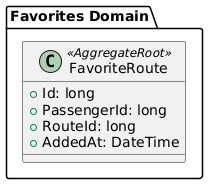
Grupo-Apps-Moviles/Report keeps this PlantUML diagram as images/FavoritesDomainClassDiagram.png. Above is the earlier version. Source of this version:
```plantuml
@startuml
package "Favorites Domain" {
    class FavoriteRoute <<AggregateRoot>> {
        + Id: long
        + PassengerId: long
        + RouteId: long
        + AddedAt: DateTime
    }
}
@enduml
```
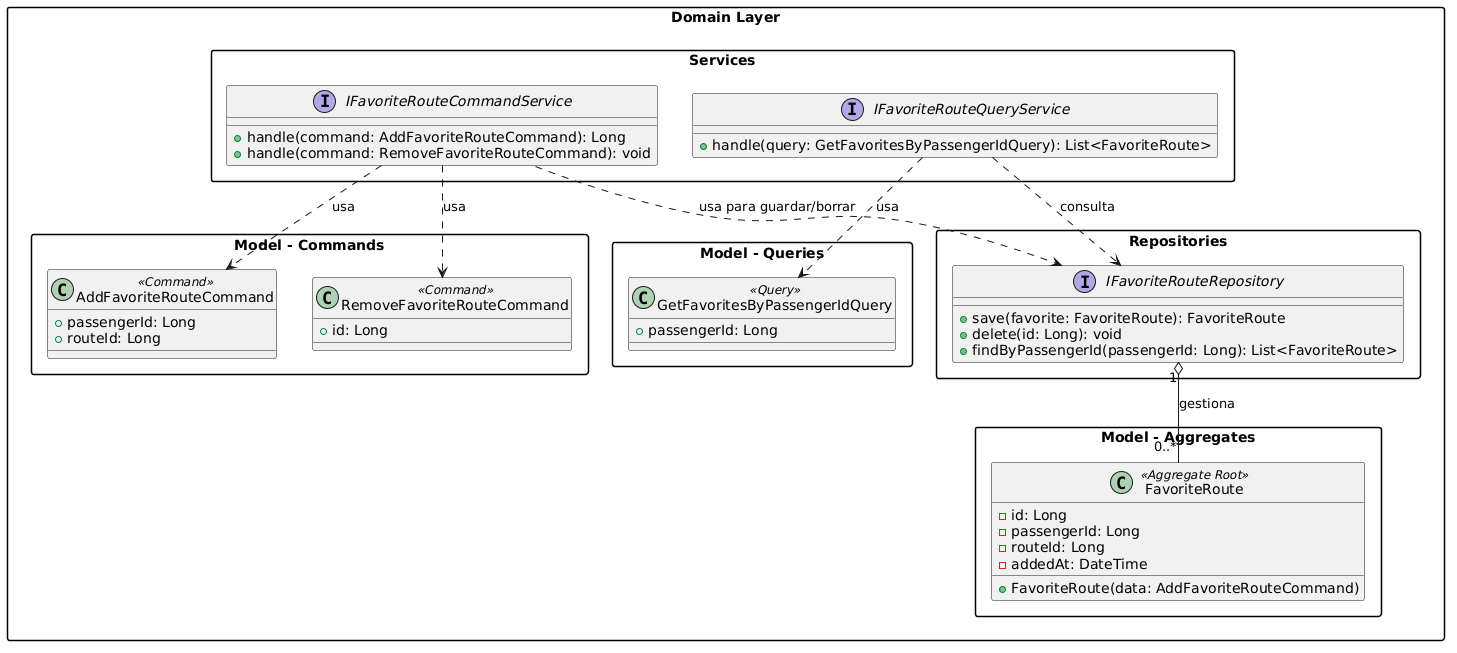
Above is the later version.

Diff of the diagram source:
```diff
@@ -1,10 +1,58 @@
 @startuml
-package "Favorites Domain" {
-    class FavoriteRoute <<AggregateRoot>> {
-        + Id: long
-        + PassengerId: long
-        + RouteId: long
-        + AddedAt: DateTime
+skinparam packageStyle rectangle
+
+package "Domain Layer" {
+    package "Services" {
+        interface IFavoriteRouteCommandService {
+            +handle(command: AddFavoriteRouteCommand): Long
+            +handle(command: RemoveFavoriteRouteCommand): void
+        }
+        interface IFavoriteRouteQueryService {
+            +handle(query: GetFavoritesByPassengerIdQuery): List<FavoriteRoute>
+        }
     }
+
+    package "Model - Commands" {
+        class AddFavoriteRouteCommand <<Command>> {
+            +passengerId: Long
+            +routeId: Long
+        }
+        class RemoveFavoriteRouteCommand <<Command>> {
+            +id: Long
+        }
+    }
+
+    package "Model - Queries" {
+        class GetFavoritesByPassengerIdQuery <<Query>> {
+            +passengerId: Long
+        }
+    }
+
+    package "Repositories" {
+        interface IFavoriteRouteRepository {
+            +save(favorite: FavoriteRoute): FavoriteRoute
+            +delete(id: Long): void
+            +findByPassengerId(passengerId: Long): List<FavoriteRoute>
+        }
+    }
+
+    package "Model - Aggregates" {
+        class FavoriteRoute <<Aggregate Root>> {
+            -id: Long
+            -passengerId: Long
+            -routeId: Long
+            -addedAt: DateTime
+            +FavoriteRoute(data: AddFavoriteRouteCommand)
+        }
+    }
+
+    IFavoriteRouteCommandService ..> AddFavoriteRouteCommand : usa
+    IFavoriteRouteCommandService ..> RemoveFavoriteRouteCommand : usa
+    IFavoriteRouteCommandService ..> IFavoriteRouteRepository : usa para guardar/borrar
+
+    IFavoriteRouteQueryService ..> IFavoriteRouteRepository : consulta
+    IFavoriteRouteQueryService ..> GetFavoritesByPassengerIdQuery : usa
+
+    IFavoriteRouteRepository "1" o-- "0..*" FavoriteRoute : gestiona
 }
 @enduml
```
